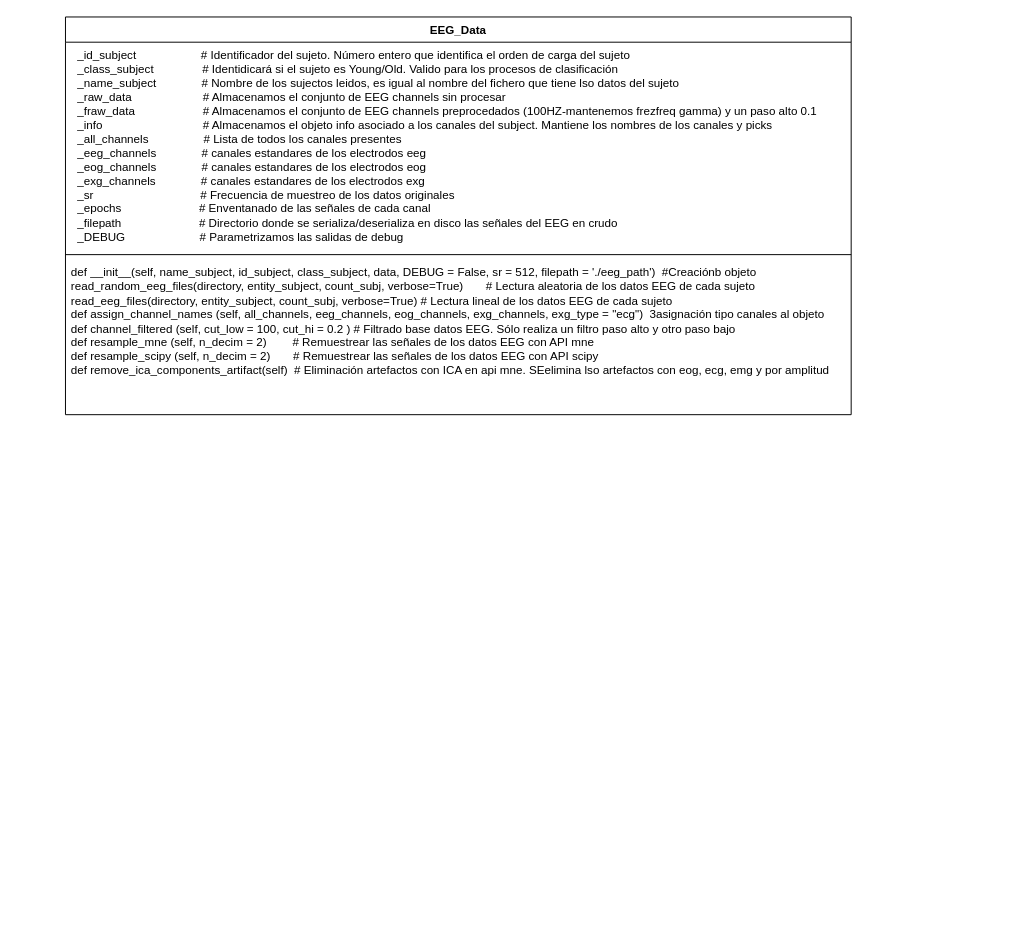
jogugil/MyRC keeps this draw.io diagram as Diagrama sin título.drawio. Above is the earlier version. Source tidied: cells renumbered, new cells numbered last; positions are measured from the earlier drawing's top-left corner, leaving out a move shared by most shapes. Both pictures are drawn from the tidied source at 97%, with x=0, y=0 at pixel (65, 16).
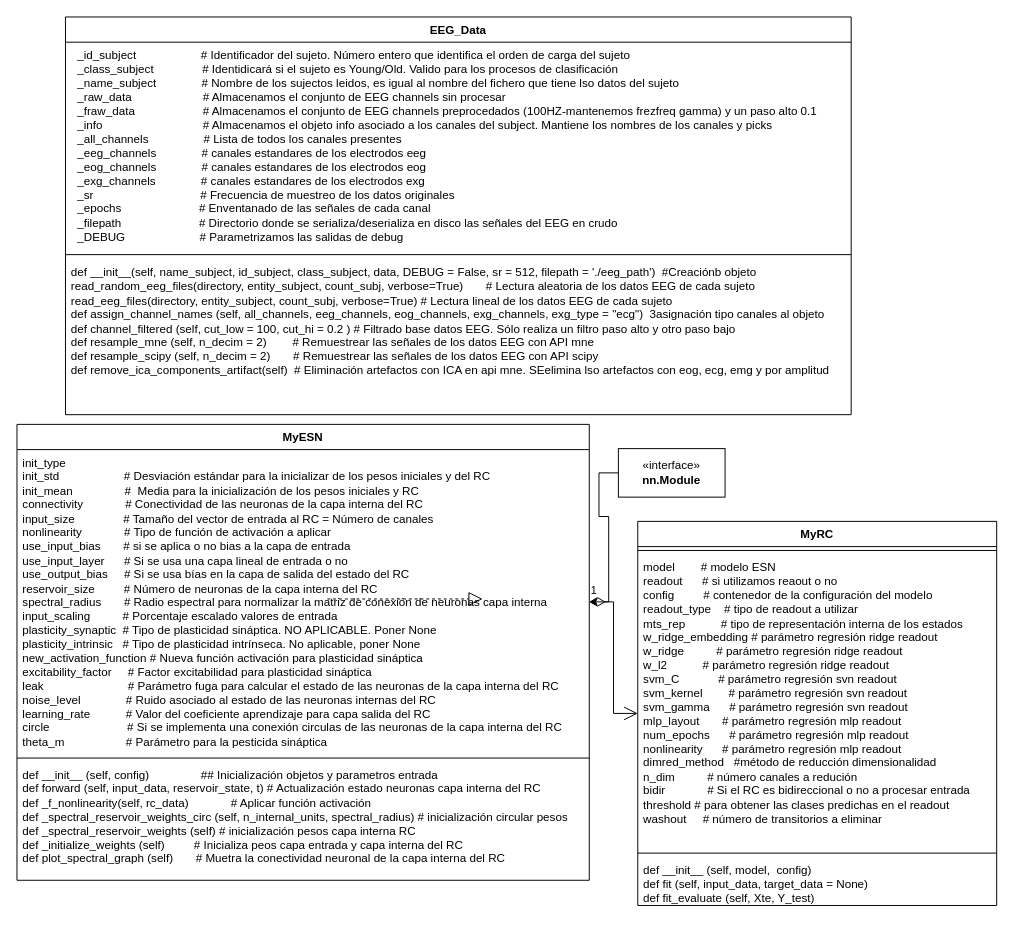
The same page after the edit.

Change to the diagram source:
```diff
@@
 <mxGraphModel>
   <root>
     <mxCell id="0" />
     <mxCell id="1" parent="0" />
     <mxCell id="2" value="EEG_Data" style="swimlane;fontStyle=1;align=center;verticalAlign=top;horizontal=1;startSize=26;whiteSpace=wrap;html=1;" parent="1" vertex="1">
       <mxGeometry width="810" height="410" as="geometry" />
     </mxCell>
     <mxCell id="3" value="&amp;nbsp; _id_subject&amp;nbsp;&amp;nbsp;&amp;nbsp; &amp;nbsp; &amp;nbsp; &amp;nbsp; &amp;nbsp; &amp;nbsp; &amp;nbsp; &amp;nbsp;&amp;nbsp;&amp;nbsp; # Identificador del sujeto. Número entero que identifica el orden de carga del sujeto&lt;br&gt;&amp;nbsp; _class_subject &amp;nbsp; &amp;nbsp; &amp;nbsp; &amp;nbsp; &amp;nbsp;&amp;nbsp;&amp;nbsp;&amp;nbsp;&amp;nbsp; # Identidicará si el sujeto es Young/Old. Valido para los procesos de clasificación&lt;br&gt;&amp;nbsp; _name_subject&amp;nbsp; &amp;nbsp; &amp;nbsp;&amp;nbsp; &amp;nbsp;&amp;nbsp;&amp;nbsp;&amp;nbsp;&amp;nbsp;&amp;nbsp; # Nombre de los sujectos leidos, es igual al nombre del fichero que tiene lso datos del sujeto&lt;br&gt;&amp;nbsp; _raw_data&amp;nbsp;&amp;nbsp;&amp;nbsp;&amp;nbsp;&amp;nbsp; &amp;nbsp; &amp;nbsp; &amp;nbsp; &amp;nbsp; &amp;nbsp; &amp;nbsp;&amp;nbsp; &amp;nbsp;&amp;nbsp; # Almacenamos el conjunto de EEG channels sin procesar&lt;br&gt;&amp;nbsp; _fraw_data&amp;nbsp;&amp;nbsp;&amp;nbsp; &amp;nbsp; &amp;nbsp; &amp;nbsp; &amp;nbsp; &amp;nbsp; &amp;nbsp; &amp;nbsp; &amp;nbsp;&amp;nbsp; # Almacenamos el conjunto de EEG channels preprocedados (100HZ-mantenemos frezfreq gamma) y un paso alto 0.1&lt;br&gt;&amp;nbsp; _info&amp;nbsp;&amp;nbsp;&amp;nbsp;&amp;nbsp;&amp;nbsp;&amp;nbsp;&amp;nbsp;&amp;nbsp;&amp;nbsp;&amp;nbsp;&amp;nbsp;&amp;nbsp;&amp;nbsp;&amp;nbsp;&amp;nbsp;&amp;nbsp;&amp;nbsp;&amp;nbsp;&amp;nbsp;&amp;nbsp;&amp;nbsp;&amp;nbsp;&amp;nbsp;&amp;nbsp;&amp;nbsp;&amp;nbsp;&amp;nbsp; &amp;nbsp;&amp;nbsp; # Almacenamos el objeto info asociado a los canales del subject. Mantiene los nombres de los canales y picks&lt;br&gt;&amp;nbsp; _all_channels&amp;nbsp;&amp;nbsp;&amp;nbsp;&amp;nbsp;&amp;nbsp;&amp;nbsp;&amp;nbsp;&amp;nbsp;&amp;nbsp;&amp;nbsp;&amp;nbsp;&amp;nbsp;&amp;nbsp;&amp;nbsp;&amp;nbsp;&amp;nbsp; # Lista de todos los canales presentes&lt;br&gt;&amp;nbsp; _eeg_channels&amp;nbsp;&amp;nbsp;&amp;nbsp;&amp;nbsp;&amp;nbsp;&amp;nbsp;&amp;nbsp;&amp;nbsp;&amp;nbsp;&amp;nbsp;&amp;nbsp; &amp;nbsp; # canales estandares de los electrodos eeg&lt;br&gt;&amp;nbsp; _eog_channels&amp;nbsp;&amp;nbsp;&amp;nbsp;&amp;nbsp;&amp;nbsp;&amp;nbsp;&amp;nbsp;&amp;nbsp;&amp;nbsp;&amp;nbsp;&amp;nbsp; &amp;nbsp; # canales estandares de los electrodos eog&lt;br&gt;&amp;nbsp; _exg_channels&amp;nbsp;&amp;nbsp;&amp;nbsp;&amp;nbsp;&amp;nbsp;&amp;nbsp;&amp;nbsp;&amp;nbsp;&amp;nbsp;&amp;nbsp;&amp;nbsp;&amp;nbsp;&amp;nbsp; # canales estandares de los electrodos exg&lt;br&gt;&amp;nbsp; _sr&amp;nbsp;&amp;nbsp;&amp;nbsp;&amp;nbsp;&amp;nbsp;&amp;nbsp;&amp;nbsp;&amp;nbsp;&amp;nbsp;&amp;nbsp;&amp;nbsp;&amp;nbsp;&amp;nbsp;&amp;nbsp;&amp;nbsp;&amp;nbsp;&amp;nbsp;&amp;nbsp;&amp;nbsp;&amp;nbsp;&amp;nbsp;&amp;nbsp;&amp;nbsp;&amp;nbsp;&amp;nbsp;&amp;nbsp;&amp;nbsp;&amp;nbsp;&amp;nbsp;&amp;nbsp;&amp;nbsp;&amp;nbsp; # Frecuencia de muestreo de los datos originales&lt;br&gt;&amp;nbsp; _epochs&amp;nbsp;&amp;nbsp;&amp;nbsp;&amp;nbsp;&amp;nbsp;&amp;nbsp;&amp;nbsp;&amp;nbsp;&amp;nbsp;&amp;nbsp;&amp;nbsp;&amp;nbsp;&amp;nbsp;&amp;nbsp;&amp;nbsp;&amp;nbsp;&amp;nbsp;&amp;nbsp;&amp;nbsp;&amp;nbsp;&amp;nbsp; &amp;nbsp; # Enventanado de las señales de cada canal&lt;br&gt;&amp;nbsp; _filepath&amp;nbsp;&amp;nbsp;&amp;nbsp;&amp;nbsp;&amp;nbsp;&amp;nbsp;&amp;nbsp;&amp;nbsp;&amp;nbsp;&amp;nbsp;&amp;nbsp;&amp;nbsp;&amp;nbsp;&amp;nbsp;&amp;nbsp;&amp;nbsp;&amp;nbsp;&amp;nbsp;&amp;nbsp;&amp;nbsp;&amp;nbsp;&amp;nbsp;&amp;nbsp; # Directorio donde se serializa/deserializa en disco las señales del EEG en crudo&lt;br&gt;&amp;nbsp; _DEBUG&amp;nbsp;&amp;nbsp;&amp;nbsp;&amp;nbsp;&amp;nbsp;&amp;nbsp;&amp;nbsp;&amp;nbsp;&amp;nbsp;&amp;nbsp;&amp;nbsp;&amp;nbsp;&amp;nbsp;&amp;nbsp;&amp;nbsp;&amp;nbsp;&amp;nbsp;&amp;nbsp;&amp;nbsp;&amp;nbsp;&amp;nbsp;&amp;nbsp; # Parametrizamos las salidas de debug" style="text;strokeColor=none;fillColor=none;align=left;verticalAlign=top;spacingLeft=4;spacingRight=4;overflow=hidden;whiteSpace=wrap;html=1;" parent="2" vertex="1">
       <mxGeometry y="26" width="810" height="214" as="geometry" />
     </mxCell>
     <mxCell id="4" style="line;strokeWidth=1;fillColor=none;align=left;verticalAlign=middle;spacingTop=-1;spacingLeft=3;spacingRight=3;labelPosition=right;strokeColor=inherit;" parent="2" vertex="1">
       <mxGeometry y="240" width="810" height="10" as="geometry" />
     </mxCell>
     <mxCell id="5" value="&lt;div&gt;def __init__(self, name_subject, id_subject, class_subject, data, DEBUG = False, sr = 512, filepath = './eeg_path')&amp;nbsp; #Creaciónb objeto&lt;br&gt;&lt;/div&gt;&lt;div&gt;read_random_eeg_files(directory, entity_subject, count_subj, verbose=True)&amp;nbsp;&amp;nbsp;&amp;nbsp;&amp;nbsp;&amp;nbsp;&amp;nbsp; # Lectura aleatoria de los datos EEG de cada sujeto &lt;br&gt;&lt;/div&gt;&lt;div&gt;read_eeg_files(directory, entity_subject, count_subj, verbose=True) # Lectura lineal de los datos EEG de cada sujeto&lt;br&gt;&lt;/div&gt;&lt;div&gt;def assign_channel_names (self, all_channels, eeg_channels, eog_channels, exg_channels, exg_type = &quot;ecg&quot;)&amp;nbsp; 3asignación tipo canales al objeto&lt;br&gt;&lt;/div&gt;&lt;div&gt;def channel_filtered (self, cut_low = 100, cut_hi = 0.2 ) # Filtrado base datos EEG. Sólo realiza un filtro paso alto y otro paso bajo&lt;br&gt;&lt;/div&gt;&lt;div&gt;def resample_mne (self, n_decim = 2)&amp;nbsp;&amp;nbsp;&amp;nbsp;&amp;nbsp;&amp;nbsp;&amp;nbsp;&amp;nbsp; # Remuestrear las señales de los datos EEG con API mne&lt;br&gt;&lt;/div&gt;&lt;div&gt;def resample_scipy (self, n_decim = 2)&amp;nbsp;&amp;nbsp;&amp;nbsp;&amp;nbsp;&amp;nbsp;&amp;nbsp; # Remuestrear las señales de los datos EEG con API scipy&lt;br&gt;&lt;/div&gt;&lt;div&gt;def remove_ica_components_artifact(self)&amp;nbsp; # Eliminación artefactos con ICA en api mne. SEelimina lso artefactos con eog, ecg, emg y por amplitud&lt;br&gt;&lt;/div&gt;" style="text;strokeColor=none;fillColor=none;align=left;verticalAlign=top;spacingLeft=4;spacingRight=4;overflow=hidden;whiteSpace=wrap;html=1;" parent="2" vertex="1">
       <mxGeometry y="250" width="810" height="160" as="geometry" />
     </mxCell>
+    <mxCell id="6" value="MyESN" style="swimlane;fontStyle=1;align=center;verticalAlign=top;horizontal=1;startSize=26;whiteSpace=wrap;html=1;" parent="1" vertex="1">
+      <mxGeometry x="-50" y="420" width="590" height="470" as="geometry" />
+    </mxCell>
+    <mxCell id="7" value="init_type&amp;nbsp;&amp;nbsp;&amp;nbsp;&amp;nbsp;&amp;nbsp;&amp;nbsp;&amp;nbsp;&amp;nbsp;&amp;nbsp;&amp;nbsp;&amp;nbsp;&amp;nbsp;&amp;nbsp; &lt;br&gt;&lt;div&gt;init_std&amp;nbsp;&amp;nbsp;&amp;nbsp;&amp;nbsp;&amp;nbsp;&amp;nbsp;&amp;nbsp;&amp;nbsp; &amp;nbsp; &amp;nbsp; &amp;nbsp; &amp;nbsp; &amp;nbsp;&amp;nbsp; # Desviación estándar para la inicializar de los pesos iniciales y del RC &amp;nbsp;&amp;nbsp;&amp;nbsp;&amp;nbsp;&amp;nbsp; &lt;/div&gt;init_mean&amp;nbsp;&amp;nbsp;&amp;nbsp;&amp;nbsp;&amp;nbsp;&amp;nbsp;&amp;nbsp;&amp;nbsp;&amp;nbsp;&amp;nbsp;&amp;nbsp;&amp;nbsp;&amp;nbsp;&amp;nbsp;&amp;nbsp; #&amp;nbsp; Media para la inicialización de los pesos iniciales y RC&lt;br&gt;connectivity&amp;nbsp;&amp;nbsp;&amp;nbsp;&amp;nbsp;&amp;nbsp;&amp;nbsp;&amp;nbsp;&amp;nbsp;&amp;nbsp;&amp;nbsp;&amp;nbsp;&amp;nbsp; # Conectividad de las neuronas de la capa interna del RC&lt;br&gt;input_size&amp;nbsp;&amp;nbsp;&amp;nbsp;&amp;nbsp;&amp;nbsp;&amp;nbsp;&amp;nbsp;&amp;nbsp;&amp;nbsp;&amp;nbsp;&amp;nbsp;&amp;nbsp;&amp;nbsp;&amp;nbsp; # Tamaño del vector de entrada al RC = Número de canales&lt;br&gt;nonlinearity&amp;nbsp;&amp;nbsp;&amp;nbsp;&amp;nbsp;&amp;nbsp;&amp;nbsp;&amp;nbsp;&amp;nbsp;&amp;nbsp;&amp;nbsp;&amp;nbsp;&amp;nbsp; # Tipo de función de activación a aplicar&lt;br&gt;use_input_bias&amp;nbsp;&amp;nbsp;&amp;nbsp;&amp;nbsp;&amp;nbsp;&amp;nbsp; # si se aplica o no bias a la capa de entrada &amp;nbsp; &lt;br&gt;use_input_layer&amp;nbsp;&amp;nbsp;&amp;nbsp;&amp;nbsp;&amp;nbsp; # Si se usa una capa lineal de entrada o no &amp;nbsp; &lt;br&gt;use_output_bias&amp;nbsp;&amp;nbsp;&amp;nbsp;&amp;nbsp; # Si se usa bías en la capa de salida del estado del RC &amp;nbsp;&amp;nbsp; &lt;br&gt;&lt;div&gt;reservoir_size&amp;nbsp;&amp;nbsp;&amp;nbsp;&amp;nbsp;&amp;nbsp;&amp;nbsp;&amp;nbsp;&amp;nbsp; # Número de neuronas de la capa interna del RC&lt;/div&gt;&lt;div&gt;spectral_radius&amp;nbsp;&amp;nbsp;&amp;nbsp;&amp;nbsp;&amp;nbsp;&amp;nbsp; # Radio espectral para normalizar la matriz de conexión de neuronas capa interna &amp;nbsp; &lt;br&gt;&lt;/div&gt;input_scaling&amp;nbsp;&amp;nbsp;&amp;nbsp;&amp;nbsp;&amp;nbsp;&amp;nbsp;&amp;nbsp;&amp;nbsp;&amp;nbsp; # Porcentaje escalado valores de entrada &lt;br&gt;plasticity_synaptic&amp;nbsp; # Tipo de plasticidad sináptica. NO APLICABLE. Poner None &amp;nbsp; &lt;br&gt;&lt;div&gt;plasticity_intrinsic &amp;nbsp; # Tipo de plasticidad intrínseca. No aplicable, poner None &lt;br&gt;&lt;/div&gt;&lt;div&gt;new_activation_function # Nueva función activación para&amp;nbsp;plasticidad sináptica&lt;br&gt;&lt;/div&gt;excitability_factor&amp;nbsp;&amp;nbsp;&amp;nbsp;&amp;nbsp; # Factor excitabilidad para plasticidad sináptica&lt;br&gt;leak&amp;nbsp;&amp;nbsp;&amp;nbsp;&amp;nbsp;&amp;nbsp;&amp;nbsp;&amp;nbsp;&amp;nbsp;&amp;nbsp;&amp;nbsp;&amp;nbsp;&amp;nbsp;&amp;nbsp;&amp;nbsp;&amp;nbsp;&amp;nbsp;&amp;nbsp;&amp;nbsp;&amp;nbsp;&amp;nbsp;&amp;nbsp;&amp;nbsp;&amp;nbsp;&amp;nbsp;&amp;nbsp; # Parámetro fuga para calcular el estado de las neuronas de la capa interna del RC&lt;br&gt;noise_level&amp;nbsp;&amp;nbsp;&amp;nbsp;&amp;nbsp;&amp;nbsp;&amp;nbsp;&amp;nbsp;&amp;nbsp;&amp;nbsp;&amp;nbsp;&amp;nbsp;&amp;nbsp;&amp;nbsp; # Ruido asociado al estado de las neuronas internas del RC&lt;br&gt;learning_rate&amp;nbsp;&amp;nbsp;&amp;nbsp;&amp;nbsp;&amp;nbsp;&amp;nbsp;&amp;nbsp;&amp;nbsp;&amp;nbsp;&amp;nbsp; # Valor del coeficiente aprendizaje para capa salida del RC&lt;br&gt;circle&amp;nbsp;&amp;nbsp;&amp;nbsp;&amp;nbsp;&amp;nbsp;&amp;nbsp;&amp;nbsp;&amp;nbsp;&amp;nbsp;&amp;nbsp;&amp;nbsp;&amp;nbsp;&amp;nbsp;&amp;nbsp;&amp;nbsp;&amp;nbsp;&amp;nbsp;&amp;nbsp;&amp;nbsp;&amp;nbsp;&amp;nbsp;&amp;nbsp;&amp;nbsp; # Si se implementa una conexión circulas de las neuronas de la capa interna del RC&lt;br&gt;theta_m&amp;nbsp;&amp;nbsp;&amp;nbsp;&amp;nbsp;&amp;nbsp;&amp;nbsp;&amp;nbsp;&amp;nbsp;&amp;nbsp;&amp;nbsp;&amp;nbsp;&amp;nbsp;&amp;nbsp;&amp;nbsp;&amp;nbsp;&amp;nbsp;&amp;nbsp;&amp;nbsp; # Parámetro para la pesticida sináptica" style="text;strokeColor=none;fillColor=none;align=left;verticalAlign=top;spacingLeft=4;spacingRight=4;overflow=hidden;points=[[0,0.5],[1,0.5]];portConstraint=eastwest;whiteSpace=wrap;html=1;" parent="6" vertex="1">
+      <mxGeometry y="26" width="590" height="314" as="geometry" />
+    </mxCell>
+    <mxCell id="8" style="line;strokeWidth=1;fillColor=none;align=left;verticalAlign=middle;spacingTop=-1;spacingLeft=3;spacingRight=3;labelPosition=right;strokeColor=inherit;" parent="6" vertex="1">
+      <mxGeometry y="340" width="590" height="8" as="geometry" />
+    </mxCell>
+    <mxCell id="9" value="&lt;div&gt;def __init__ (self, config)&amp;nbsp;&amp;nbsp;&amp;nbsp;&amp;nbsp;&amp;nbsp;&amp;nbsp;&amp;nbsp;&amp;nbsp;&amp;nbsp;&amp;nbsp;&amp;nbsp;&amp;nbsp;&amp;nbsp;&amp;nbsp;&amp;nbsp; ## Inicialización objetos y parametros entrada&lt;br&gt;&lt;/div&gt;&lt;div&gt;def forward (self, input_data, reservoir_state, t) # Actualización estado neuronas capa interna del RC&lt;br&gt;&lt;/div&gt;&lt;div&gt;def _f_nonlinearity(self, rc_data)&amp;nbsp;&amp;nbsp;&amp;nbsp;&amp;nbsp;&amp;nbsp;&amp;nbsp;&amp;nbsp;&amp;nbsp;&amp;nbsp;&amp;nbsp;&amp;nbsp;&amp;nbsp; # Aplicar función activación&lt;br&gt;&lt;/div&gt;&lt;div&gt;def _spectral_reservoir_weights_circ (self, n_internal_units, spectral_radius) # inicialización circular pesos&lt;br&gt;&lt;/div&gt;&lt;div&gt;def _spectral_reservoir_weights (self) # inicialización pesos capa interna RC&lt;br&gt;&lt;/div&gt;&lt;div&gt;def _initialize_weights (self)&amp;nbsp;&amp;nbsp;&amp;nbsp;&amp;nbsp;&amp;nbsp;&amp;nbsp;&amp;nbsp;&amp;nbsp; # Inicializa peos capa entrada y capa interna del RC&lt;br&gt;&lt;/div&gt;&lt;div&gt;def plot_spectral_graph (self)&amp;nbsp;&amp;nbsp;&amp;nbsp;&amp;nbsp;&amp;nbsp;&amp;nbsp; # Muetra la conectividad neuronal de la capa interna del RC&lt;br&gt;&lt;/div&gt;&lt;div&gt;&lt;br&gt;&lt;/div&gt;&lt;div&gt;&lt;br&gt;&lt;/div&gt;&lt;div&gt;&lt;br&gt;&lt;/div&gt;&lt;div&gt;&lt;br&gt;&lt;/div&gt;&lt;div&gt;&lt;br&gt;&lt;/div&gt;" style="text;strokeColor=none;fillColor=none;align=left;verticalAlign=top;spacingLeft=4;spacingRight=4;overflow=hidden;whiteSpace=wrap;html=1;" parent="6" vertex="1">
+      <mxGeometry y="348" width="590" height="122" as="geometry" />
+    </mxCell>
+    <mxCell id="10" value="MyRC" style="swimlane;fontStyle=1;align=center;verticalAlign=top;horizontal=1;startSize=26;whiteSpace=wrap;html=1;" parent="1" vertex="1">
+      <mxGeometry x="590" y="520" width="370" height="396" as="geometry" />
+    </mxCell>
+    <mxCell id="11" style="line;strokeWidth=1;fillColor=none;align=left;verticalAlign=middle;spacingTop=-1;spacingLeft=3;spacingRight=3;labelPosition=right;strokeColor=inherit;" parent="10" vertex="1">
+      <mxGeometry y="26" width="370" height="8" as="geometry" />
+    </mxCell>
+    <mxCell id="12" value="model&amp;nbsp;&amp;nbsp;&amp;nbsp;&amp;nbsp;&amp;nbsp;&amp;nbsp;&amp;nbsp; # modelo ESN &lt;br&gt;readout&amp;nbsp;&amp;nbsp;&amp;nbsp;&amp;nbsp;&amp;nbsp; # si utilizamos reaout o no &amp;nbsp;&amp;nbsp;&amp;nbsp; &lt;br&gt;config&amp;nbsp;&amp;nbsp;&amp;nbsp;&amp;nbsp;&amp;nbsp;&amp;nbsp;&amp;nbsp;&amp;nbsp; # contenedor de la configuración del modelo&amp;nbsp; &lt;br&gt;readout_type&amp;nbsp;&amp;nbsp;&amp;nbsp; # tipo de readout a utilizar &amp;nbsp; &lt;br&gt;mts_rep&amp;nbsp;&amp;nbsp;&amp;nbsp;&amp;nbsp;&amp;nbsp;&amp;nbsp;&amp;nbsp;&amp;nbsp;&amp;nbsp;&amp;nbsp; # tipo de representación interna de los estados&lt;br&gt;w_ridge_embedding # parámetro regresión ridge readout&lt;br&gt;w_ridge&amp;nbsp;&amp;nbsp;&amp;nbsp;&amp;nbsp;&amp;nbsp;&amp;nbsp;&amp;nbsp;&amp;nbsp;&amp;nbsp; # parámetro regresión ridge readout&lt;br&gt;w_l2&amp;nbsp;&amp;nbsp;&amp;nbsp;&amp;nbsp;&amp;nbsp;&amp;nbsp;&amp;nbsp;&amp;nbsp;&amp;nbsp;&amp;nbsp; # parámetro regresión ridge readout&lt;br&gt;svm_C&amp;nbsp;&amp;nbsp;&amp;nbsp;&amp;nbsp;&amp;nbsp;&amp;nbsp;&amp;nbsp;&amp;nbsp;&amp;nbsp;&amp;nbsp;&amp;nbsp;&amp;nbsp;# parámetro regresión svn readout &lt;br&gt;svm_kernel&amp;nbsp;&amp;nbsp;&amp;nbsp;&amp;nbsp;&amp;nbsp;&amp;nbsp;&amp;nbsp; # parámetro regresión svn readout &lt;br&gt;svm_gamma&amp;nbsp;&amp;nbsp;&amp;nbsp;&amp;nbsp;&amp;nbsp; # parámetro regresión svn readout &lt;br&gt;mlp_layout&amp;nbsp;&amp;nbsp;&amp;nbsp;&amp;nbsp;&amp;nbsp;&amp;nbsp; # parámetro regresión mlp readout &lt;br&gt;num_epochs&amp;nbsp;&amp;nbsp;&amp;nbsp;&amp;nbsp;&amp;nbsp;  # parámetro regresión mlp readout &lt;br&gt;nonlinearity&amp;nbsp;&amp;nbsp;&amp;nbsp;&amp;nbsp;&amp;nbsp;  # parámetro regresión mlp readout &amp;nbsp;&amp;nbsp;&amp;nbsp;&amp;nbsp; &lt;br&gt;dimred_method&amp;nbsp;&amp;nbsp; #método de reducción dimensionalidad&lt;br&gt;n_dim&amp;nbsp;&amp;nbsp;&amp;nbsp;&amp;nbsp;&amp;nbsp;&amp;nbsp;&amp;nbsp;&amp;nbsp;&amp;nbsp; # número canales a redución&lt;br&gt;bidir&amp;nbsp;&amp;nbsp;&amp;nbsp;&amp;nbsp;&amp;nbsp;&amp;nbsp;&amp;nbsp;&amp;nbsp;&amp;nbsp;&amp;nbsp;&amp;nbsp;&amp;nbsp; # Si el RC es bidireccional o no a procesar entrada&lt;br&gt;&lt;div&gt;threshold # para obtener las clases predichas en el readout &amp;nbsp;&amp;nbsp;&amp;nbsp;&amp;nbsp;&amp;nbsp;&amp;nbsp;&amp;nbsp;&amp;nbsp; &lt;br&gt;&lt;/div&gt;&lt;div&gt;washout&amp;nbsp;&amp;nbsp;&amp;nbsp;&amp;nbsp; # número de transitorios a eliminar&lt;br&gt;&lt;/div&gt;" style="text;strokeColor=none;fillColor=none;align=left;verticalAlign=top;spacingLeft=4;spacingRight=4;overflow=hidden;whiteSpace=wrap;html=1;" parent="10" vertex="1">
+      <mxGeometry y="34" width="370" height="304" as="geometry" />
+    </mxCell>
+    <mxCell id="13" style="line;strokeWidth=1;fillColor=none;align=left;verticalAlign=middle;spacingTop=-1;spacingLeft=3;spacingRight=3;labelPosition=right;strokeColor=inherit;" parent="10" vertex="1">
+      <mxGeometry y="338" width="370" height="8" as="geometry" />
+    </mxCell>
+    <mxCell id="14" value="&lt;div&gt;def __init__ (self, model,&amp;nbsp; config)&lt;/div&gt;&lt;div&gt;def fit (self, input_data, target_data = None)&lt;br&gt;&lt;/div&gt;&lt;div&gt;def fit_evaluate (self, Xte, Y_test)&lt;br&gt;&lt;/div&gt;" style="text;strokeColor=none;fillColor=none;align=left;verticalAlign=top;spacingLeft=4;spacingRight=4;overflow=hidden;whiteSpace=wrap;html=1;" parent="10" vertex="1">
+      <mxGeometry y="346" width="370" height="50" as="geometry" />
+    </mxCell>
+    <mxCell id="15" value="1" style="endArrow=open;html=1;endSize=12;startArrow=diamondThin;startSize=14;startFill=0;edgeStyle=orthogonalEdgeStyle;align=left;verticalAlign=bottom;rounded=0;exitX=1;exitY=0.5;exitDx=0;exitDy=0;" parent="1" edge="1" source="7" target="10">
+      <mxGeometry x="-1" y="3" relative="1" as="geometry" />
+    </mxCell>
+    <mxCell id="16" style="edgeStyle=orthogonalEdgeStyle;rounded=0;jettySize=auto;html=1;exitX=0;exitY=0.5;exitDx=0;exitDy=0;" parent="1" edge="1" source="17" target="7">
+      <mxGeometry relative="1" as="geometry" />
+    </mxCell>
+    <mxCell id="17" value="«interface»&lt;br&gt;&lt;b&gt;nn.Module&lt;/b&gt;" style="html=1;whiteSpace=wrap;" parent="1" vertex="1">
+      <mxGeometry x="570" y="445" width="110" height="50" as="geometry" />
+    </mxCell>
+    <mxCell id="18" style="endArrow=block;dashed=1;endFill=0;endSize=12;html=1;rounded=0;" parent="1" edge="1">
+      <mxGeometry relative="1" as="geometry">
+        <mxPoint x="270" y="600" as="sourcePoint" />
+        <mxPoint x="430" y="600" as="targetPoint" />
+      </mxGeometry>
+    </mxCell>
   </root>
 </mxGraphModel>
```
